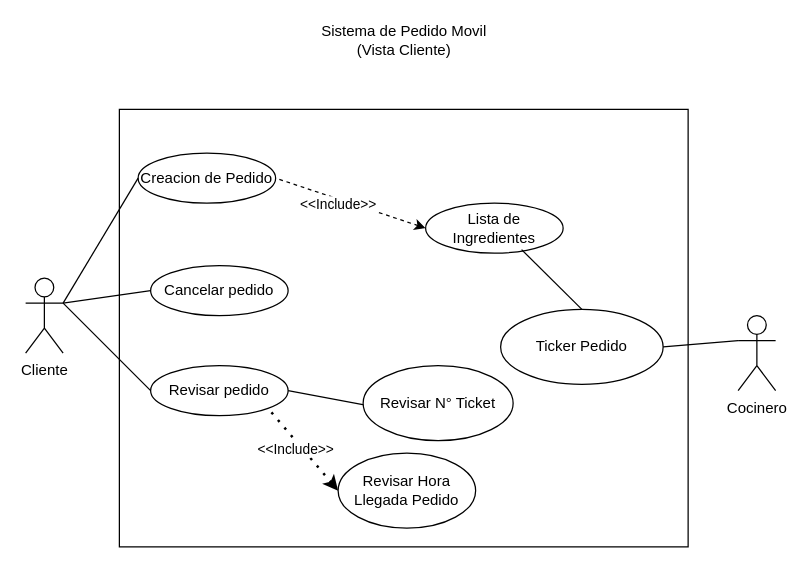
Earlier version of the draw.io diagram Diagramas_Caso_de_Uso/Diagrama de Caso de Uso (Cliente).drawio (jorgeortizcastillo2020-hue/MSI_JJ_PARADIGMA4-1_IEC_N2_C1). Source tidied: cells renumbered, new cells numbered last; positions are measured from the earlier drawing's top-left corner, leaving out a move shared by most shapes. Both pictures are drawn from the tidied source at 125%, with x=0, y=0 at pixel (25, 21).
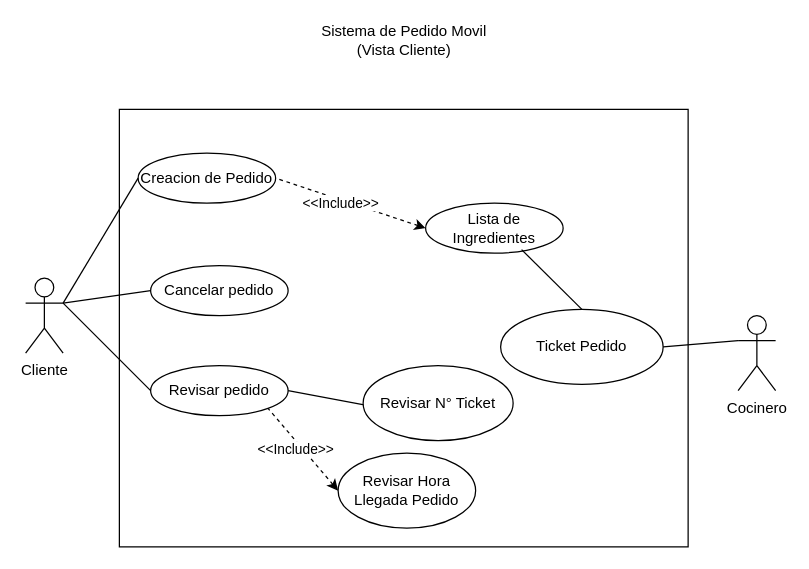
After the change.

Unchanged cells that the change refers to:
```xml
<mxCell id="5" value="Revisar pedido" style="ellipse;whiteSpace=wrap;html=1;shapeInside=1;" parent="1" vertex="1">
  <mxGeometry x="100" y="275" width="110" height="40" as="geometry" />
</mxCell>
<mxCell id="8" value="Revisar Hora Llegada Pedido" style="ellipse;whiteSpace=wrap;html=1;shapeInside=1;" parent="1" vertex="1">
  <mxGeometry x="250" y="345" width="110" height="60" as="geometry" />
</mxCell>
<mxCell id="12" style="endArrow=none;dashed=1;html=1;rounded=0;defaultLabelBackgroundColor=page;entryX=1;entryY=0.5;entryDx=0;entryDy=0;exitX=0;exitY=0.5;exitDx=0;exitDy=0;endFill=0;startArrow=classic;startFill=1;" parent="1" edge="1" source="7" target="4">
  <mxGeometry relative="1" as="geometry" />
</mxCell>
```

Diff of the diagram source:
```diff
@@
+    <mxCell id="15" value="&amp;lt;&amp;lt;Include&amp;gt;&amp;gt;" style="edgeLabel;html=1;align=center;verticalAlign=middle;inheritText=1;defaultLabelBackgroundColor=page;" parent="12" vertex="1">
+      <mxGeometry x="0.14" y="2" relative="1" as="geometry" />
+    </mxCell>
-    <mxCell id="13" style="endArrow=none;dashed=1;html=1;dashPattern=1 3;strokeWidth=2;rounded=0;defaultLabelBackgroundColor=page;entryX=1;entryY=1;entryDx=0;entryDy=0;exitX=0;exitY=0.5;exitDx=0;exitDy=0;startArrow=classic;startFill=1;" parent="1" edge="1" source="8" target="5">
+    <mxCell id="13" style="endArrow=none;dashed=1;html=1;strokeWidth=1;rounded=0;defaultLabelBackgroundColor=page;entryX=1;entryY=1;entryDx=0;entryDy=0;exitX=0;exitY=0.5;exitDx=0;exitDy=0;startArrow=classic;startFill=1;" parent="1" edge="1" source="8" target="5">
       <mxGeometry relative="1" as="geometry" />
     </mxCell>
@@
-    <mxCell id="15" value="&amp;lt;&amp;lt;Include&amp;gt;&amp;gt;" style="edgeLabel;html=1;align=center;verticalAlign=middle;inheritText=1;defaultLabelBackgroundColor=page;" parent="13" vertex="1">
-      <mxGeometry x="0.1" y="4" relative="1" as="geometry">
-        <mxPoint x="34" y="-196" as="offset" />
-      </mxGeometry>
-    </mxCell>
-    <mxCell id="16" value="Ticker Pedido" style="ellipse;whiteSpace=wrap;html=1;shapeInside=1;" parent="1" vertex="1">
+    <mxCell id="16" value="Ticket Pedido" style="ellipse;whiteSpace=wrap;html=1;shapeInside=1;" parent="1" vertex="1">
       <mxGeometry x="380" y="230" width="130" height="60" as="geometry" />
     </mxCell>
```
